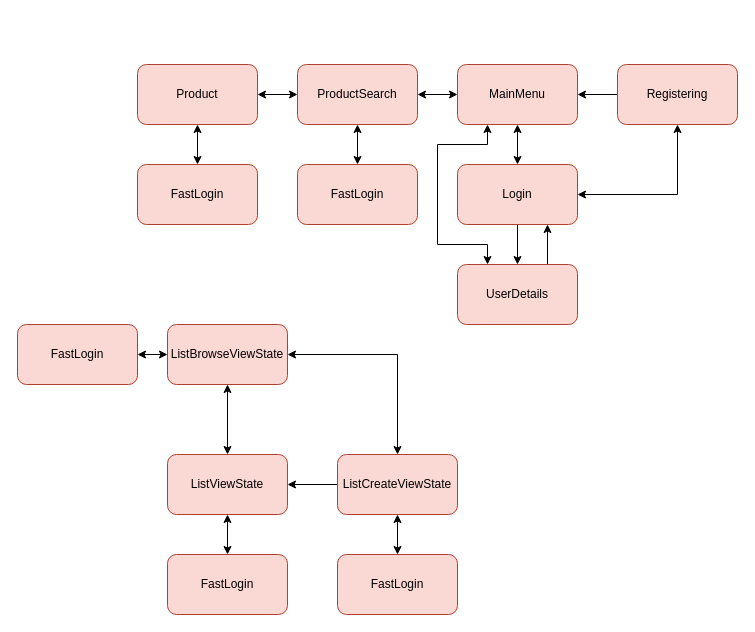
Earlier version of the draw.io diagram Documentation/DrawioFiles/ViewStatesDiagram.drawio (Rumi152/X-KOMdb). Source tidied: cells renumbered, new cells numbered last; positions are measured from the earlier drawing's top-left corner, leaving out a move shared by most shapes. Both pictures are drawn from the tidied source at 100%, with x=0, y=0 at pixel (17, 64).
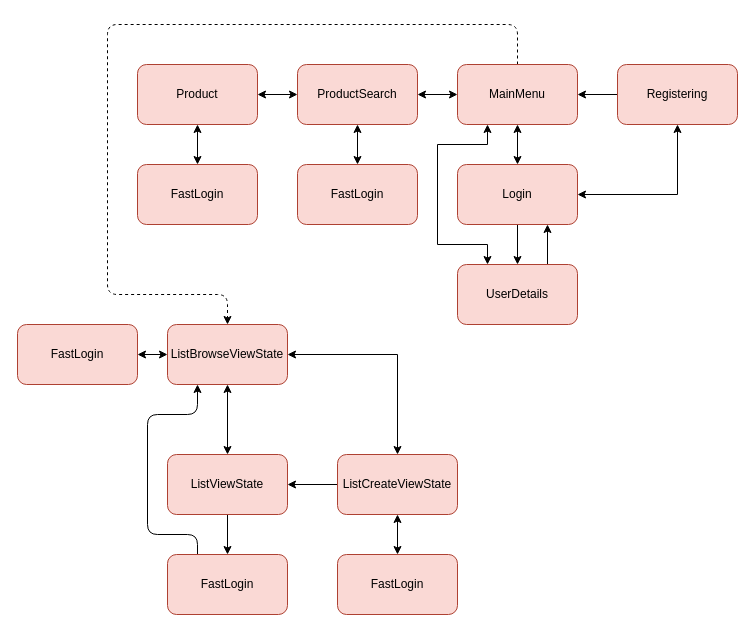
The same diagram, later.

Unchanged cells that the change refers to:
```xml
<mxCell id="3" value="MainMenu" style="rounded=1;whiteSpace=wrap;html=1;fillColor=#fad9d5;strokeColor=#ae4132;fontColor=#000000;" parent="1" vertex="1">
  <mxGeometry x="440" width="120" height="60" as="geometry" />
</mxCell>
<mxCell id="20" value="ListBrowseViewState" style="rounded=1;whiteSpace=wrap;html=1;strokeColor=#ae4132;fontFamily=Helvetica;fontSize=12;fontColor=#000000;fillColor=#fad9d5;" parent="1" vertex="1">
  <mxGeometry x="150" y="260" width="120" height="60" as="geometry" />
</mxCell>
<mxCell id="22" value="ListViewState" style="rounded=1;whiteSpace=wrap;html=1;strokeColor=#ae4132;fontFamily=Helvetica;fontSize=12;fontColor=#000000;fillColor=#fad9d5;" parent="1" vertex="1">
  <mxGeometry x="150" y="390" width="120" height="60" as="geometry" />
</mxCell>
<mxCell id="27" value="FastLogin" style="rounded=1;whiteSpace=wrap;html=1;strokeColor=#ae4132;fontFamily=Helvetica;fontSize=12;fontColor=#000000;fillColor=#fad9d5;" parent="1" vertex="1">
  <mxGeometry x="150" y="490" width="120" height="60" as="geometry" />
</mxCell>
```

Change to the diagram source:
```diff
@@
+    <mxCell id="32" style="edgeStyle=orthogonalEdgeStyle;html=1;exitX=0.5;exitY=0;exitDx=0;exitDy=0;entryX=0.5;entryY=0;entryDx=0;entryDy=0;startArrow=none;startFill=0;dashed=1;" parent="1" edge="1" source="3" target="20">
+      <mxGeometry relative="1" as="geometry">
+        <Array as="points">
+          <mxPoint x="500" y="-40" />
+          <mxPoint x="90" y="-40" />
+          <mxPoint x="90" y="230" />
+          <mxPoint x="210" y="230" />
+        </Array>
+      </mxGeometry>
+    </mxCell>
@@
-    <mxCell id="21" style="edgeStyle=orthogonalEdgeStyle;rounded=0;jettySize=auto;html=1;exitX=0.5;exitY=1;exitDx=0;exitDy=0;entryX=0.5;entryY=0;entryDx=0;entryDy=0;fontFamily=Helvetica;fontSize=12;fontColor=#000000;startArrow=classic;startFill=1;" parent="1" edge="1" source="22" target="27">
+    <mxCell id="21" style="edgeStyle=orthogonalEdgeStyle;rounded=0;jettySize=auto;html=1;exitX=0.5;exitY=1;exitDx=0;exitDy=0;entryX=0.5;entryY=0;entryDx=0;entryDy=0;fontFamily=Helvetica;fontSize=12;fontColor=#000000;startArrow=none;startFill=0;" parent="1" edge="1" source="22" target="27">
       <mxGeometry relative="1" as="geometry" />
     </mxCell>
@@
+    <mxCell id="33" style="edgeStyle=orthogonalEdgeStyle;html=1;exitX=0.25;exitY=0;exitDx=0;exitDy=0;entryX=0.25;entryY=1;entryDx=0;entryDy=0;startArrow=none;startFill=0;" parent="1" edge="1" source="27" target="20">
+      <mxGeometry relative="1" as="geometry">
+        <Array as="points">
+          <mxPoint x="180" y="470" />
+          <mxPoint x="130" y="470" />
+          <mxPoint x="130" y="350" />
+          <mxPoint x="180" y="350" />
+        </Array>
+      </mxGeometry>
+    </mxCell>
```
